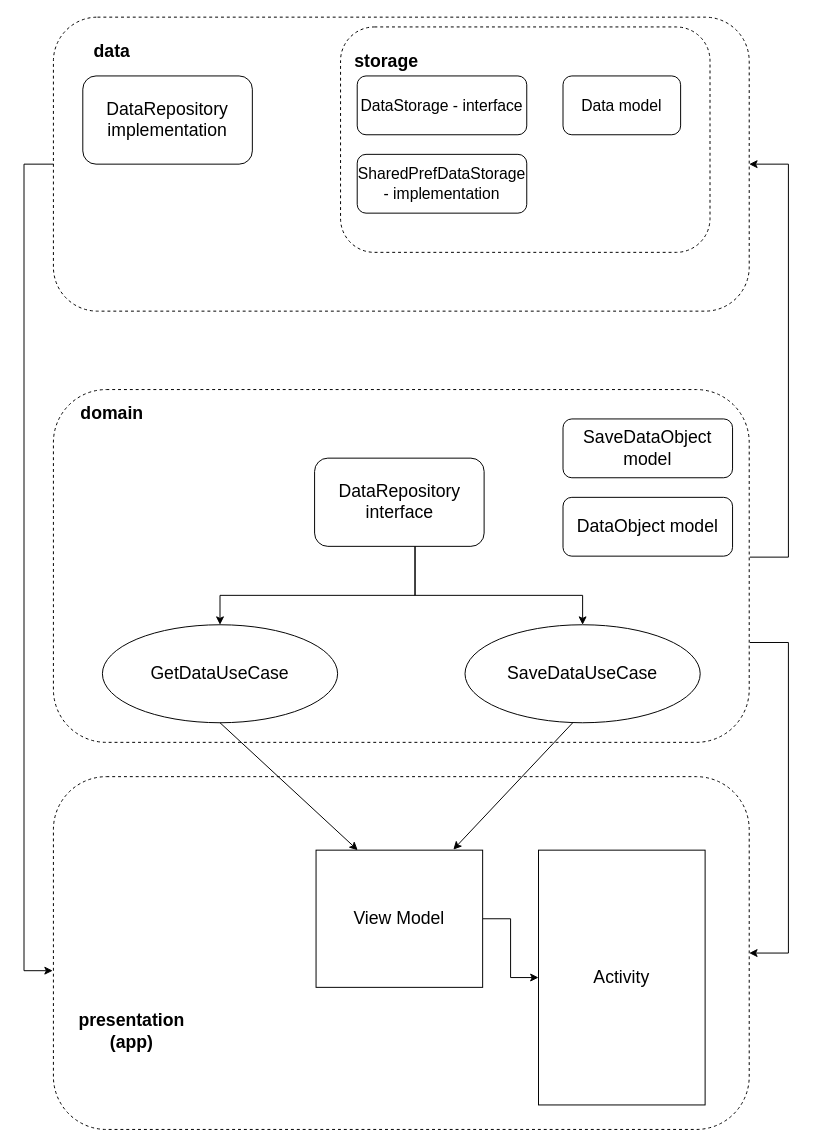
Before: app/src/drawIO/CleanArchitecture.drawio in way-to-mars/CleanArchitectureTeaching, a draw.io diagram. Source tidied: cells renumbered, new cells numbered last; positions are measured from the earlier drawing's top-left corner, leaving out a move shared by most shapes. Both pictures are drawn from the tidied source at 98%, with x=0, y=0 at pixel (24, 17).
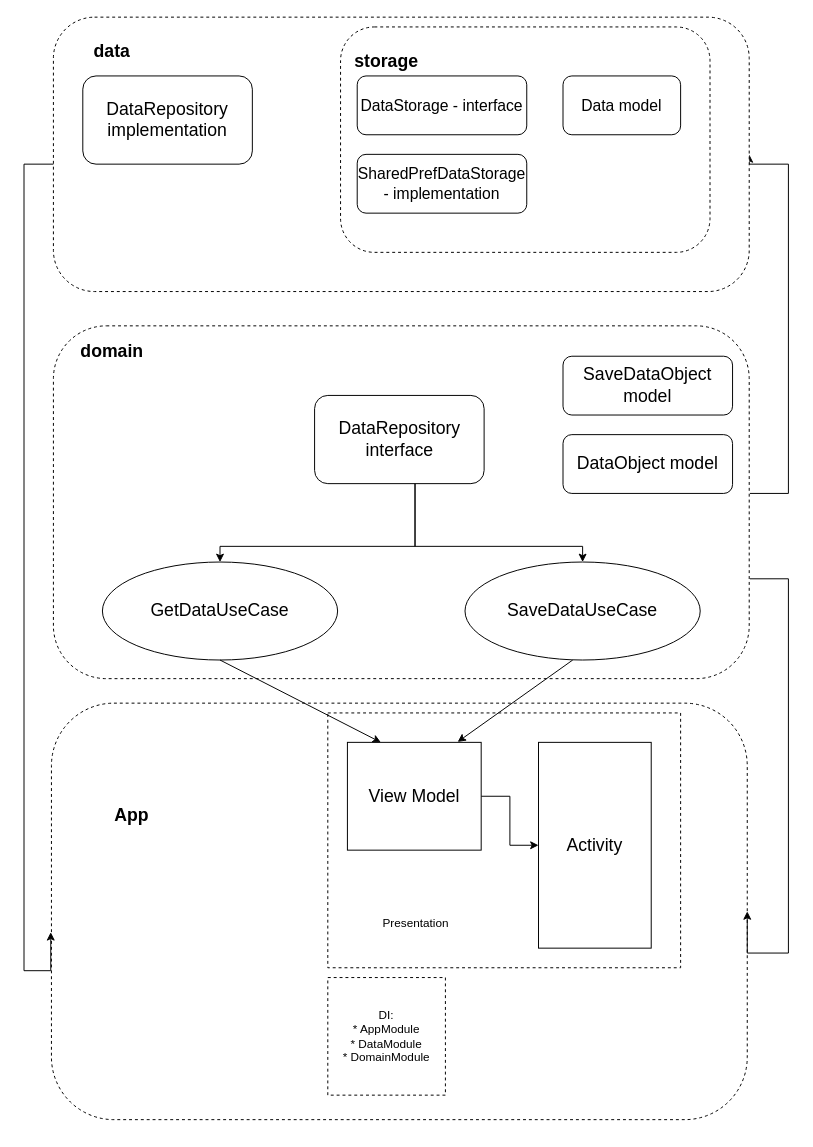
The same page after the edit.

Diff of the diagram source:
```diff
@@
     <mxCell id="2" style="rounded=1;whiteSpace=wrap;html=1;dashed=1;" parent="1" vertex="1">
-      <mxGeometry x="30" y="775" width="710" height="360" as="geometry" />
+      <mxGeometry x="28" y="700" width="710" height="425" as="geometry" />
     </mxCell>
+    <mxCell id="29" style="rounded=0;whiteSpace=wrap;html=1;dashed=1;" parent="1" vertex="1">
+      <mxGeometry x="310" y="710" width="360" height="260" as="geometry" />
+    </mxCell>
     <mxCell id="3" style="edgeStyle=orthogonalEdgeStyle;rounded=0;jettySize=auto;html=1;entryX=1;entryY=0.5;entryDx=0;entryDy=0;exitX=1.001;exitY=0.717;exitDx=0;exitDy=0;exitPerimeter=0;" parent="1" edge="1" source="5" target="2">
       <mxGeometry relative="1" as="geometry">
         <Array as="points">
-          <mxPoint x="780" y="638" />
+          <mxPoint x="780" y="573" />
           <mxPoint x="780" y="955" />
         </Array>
       </mxGeometry>
     </mxCell>
     <mxCell id="4" style="edgeStyle=orthogonalEdgeStyle;rounded=0;jettySize=auto;html=1;entryX=1;entryY=0.5;entryDx=0;entryDy=0;exitX=1.001;exitY=0.475;exitDx=0;exitDy=0;exitPerimeter=0;" parent="1" edge="1" source="5" target="14">
       <mxGeometry relative="1" as="geometry">
         <Array as="points">
-          <mxPoint x="780" y="551" />
+          <mxPoint x="780" y="486" />
           <mxPoint x="780" y="150" />
+          <mxPoint x="740" y="150" />
         </Array>
       </mxGeometry>
     </mxCell>
     <mxCell id="5" style="rounded=1;whiteSpace=wrap;html=1;dashed=1;" parent="1" vertex="1">
-      <mxGeometry x="30" y="380" width="710" height="360" as="geometry" />
+      <mxGeometry x="30" y="315" width="710" height="360" as="geometry" />
     </mxCell>
     <mxCell id="6" value="GetDataUseCase" style="ellipse;whiteSpace=wrap;html=1;fontSize=18;" parent="1" vertex="1">
-      <mxGeometry x="80" y="620" width="240" height="100" as="geometry" />
+      <mxGeometry x="80" y="556" width="240" height="100" as="geometry" />
     </mxCell>
@@
     <mxCell id="8" value="View Model" style="rounded=0;whiteSpace=wrap;html=1;fontSize=18;" parent="1" vertex="1">
-      <mxGeometry x="298" y="850" width="170" height="140" as="geometry" />
+      <mxGeometry x="330" y="740" width="136.5" height="110" as="geometry" />
     </mxCell>
@@
-    <mxCell id="11" value="presentation&lt;div&gt;(app)&lt;/div&gt;" style="text;html=1;align=center;verticalAlign=middle;whiteSpace=wrap;rounded=0;fontSize=18;fontStyle=1;" parent="1" vertex="1">
-      <mxGeometry x="80" y="1020" width="60" height="30" as="geometry" />
+    <mxCell id="11" value="App" style="text;html=1;align=center;verticalAlign=middle;whiteSpace=wrap;rounded=0;fontSize=18;fontStyle=1;" parent="1" vertex="1">
+      <mxGeometry x="80" y="800" width="60" height="30" as="geometry" />
     </mxCell>
     <mxCell id="12" value="domain" style="text;html=1;align=center;verticalAlign=middle;whiteSpace=wrap;rounded=0;fontSize=18;fontStyle=1;" parent="1" vertex="1">
-      <mxGeometry x="60" y="390" width="60" height="30" as="geometry" />
+      <mxGeometry x="60" y="326" width="60" height="30" as="geometry" />
     </mxCell>
     <mxCell id="13" value="SaveDataUseCase" style="ellipse;whiteSpace=wrap;html=1;fontSize=18;" parent="1" vertex="1">
-      <mxGeometry x="450" y="620" width="240" height="100" as="geometry" />
+      <mxGeometry x="450" y="556" width="240" height="100" as="geometry" />
     </mxCell>
     <mxCell id="14" style="rounded=1;whiteSpace=wrap;html=1;dashed=1;" parent="1" vertex="1">
-      <mxGeometry x="30" width="710" height="300" as="geometry" />
+      <mxGeometry x="30" width="710" height="280" as="geometry" />
     </mxCell>
@@
     <mxCell id="17" value="&lt;font style=&quot;font-size: 18px;&quot;&gt;DataObject model&lt;/font&gt;" style="rounded=1;whiteSpace=wrap;html=1;" parent="1" vertex="1">
-      <mxGeometry x="550" y="490" width="173" height="60" as="geometry" />
+      <mxGeometry x="550" y="426" width="173" height="60" as="geometry" />
     </mxCell>
     <mxCell id="18" value="&lt;font style=&quot;font-size: 18px;&quot;&gt;SaveDataObject model&lt;/font&gt;" style="rounded=1;whiteSpace=wrap;html=1;" parent="1" vertex="1">
-      <mxGeometry x="550" y="410" width="173" height="60" as="geometry" />
+      <mxGeometry x="550" y="346" width="173" height="60" as="geometry" />
     </mxCell>
     <mxCell id="19" style="edgeStyle=orthogonalEdgeStyle;rounded=0;jettySize=auto;html=1;entryX=0.5;entryY=0;entryDx=0;entryDy=0;" parent="1" edge="1" source="20" target="6">
       <mxGeometry relative="1" as="geometry">
         <Array as="points">
-          <mxPoint x="399" y="590" />
-          <mxPoint x="200" y="590" />
+          <mxPoint x="399" y="540" />
+          <mxPoint x="200" y="540" />
         </Array>
       </mxGeometry>
     </mxCell>
     <mxCell id="20" value="&lt;font style=&quot;font-size: 18px;&quot;&gt;DataRepository&lt;/font&gt;&lt;div&gt;&lt;font style=&quot;font-size: 18px;&quot;&gt;interface&lt;/font&gt;&lt;/div&gt;" style="rounded=1;whiteSpace=wrap;html=1;" parent="1" vertex="1">
-      <mxGeometry x="296.5" y="450" width="173" height="90" as="geometry" />
+      <mxGeometry x="296.5" y="386" width="173" height="90" as="geometry" />
     </mxCell>
     <mxCell id="21" style="edgeStyle=orthogonalEdgeStyle;rounded=0;jettySize=auto;html=1;entryX=0.5;entryY=0;entryDx=0;entryDy=0;" parent="1" edge="1" source="20" target="13">
       <mxGeometry relative="1" as="geometry">
         <Array as="points">
-          <mxPoint x="399" y="590" />
-          <mxPoint x="570" y="590" />
+          <mxPoint x="399" y="540" />
+          <mxPoint x="570" y="540" />
         </Array>
       </mxGeometry>
     </mxCell>
@@
     <mxCell id="28" value="Activity" style="rounded=0;whiteSpace=wrap;html=1;fontSize=18;" parent="1" vertex="1">
-      <mxGeometry x="525" y="850" width="170" height="260" as="geometry" />
+      <mxGeometry x="525" y="740" width="115" height="210" as="geometry" />
     </mxCell>
+    <mxCell id="30" value="Presentation" style="text;html=1;align=center;verticalAlign=middle;whiteSpace=wrap;rounded=0;" parent="1" vertex="1">
+      <mxGeometry x="370" y="910" width="60" height="30" as="geometry" />
+    </mxCell>
+    <mxCell id="31" value="DI:&lt;div&gt;* AppModule&lt;/div&gt;&lt;div&gt;* DataModule&lt;/div&gt;&lt;div&gt;* DomainModule&lt;/div&gt;" style="rounded=0;whiteSpace=wrap;html=1;dashed=1;" parent="1" vertex="1">
+      <mxGeometry x="310" y="980" width="120" height="120" as="geometry" />
+    </mxCell>
```
